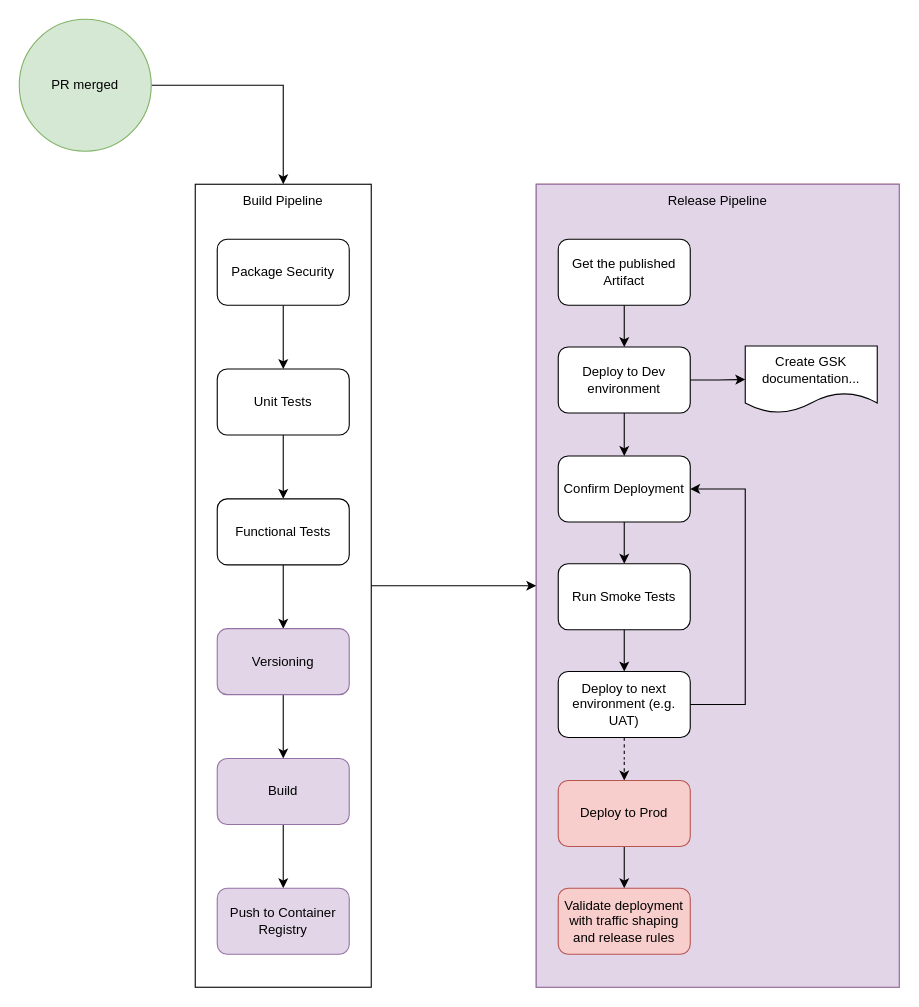
Varedis/Varedis.github.io keeps this draw.io diagram as GSK Release Flow.drawio. Above is the earlier version. Source tidied: cells renumbered, new cells numbered last; positions are measured from the earlier drawing's top-left corner, leaving out a move shared by most shapes. Both pictures are drawn from the tidied source at 110%, with x=0, y=0 at pixel (19, 19).
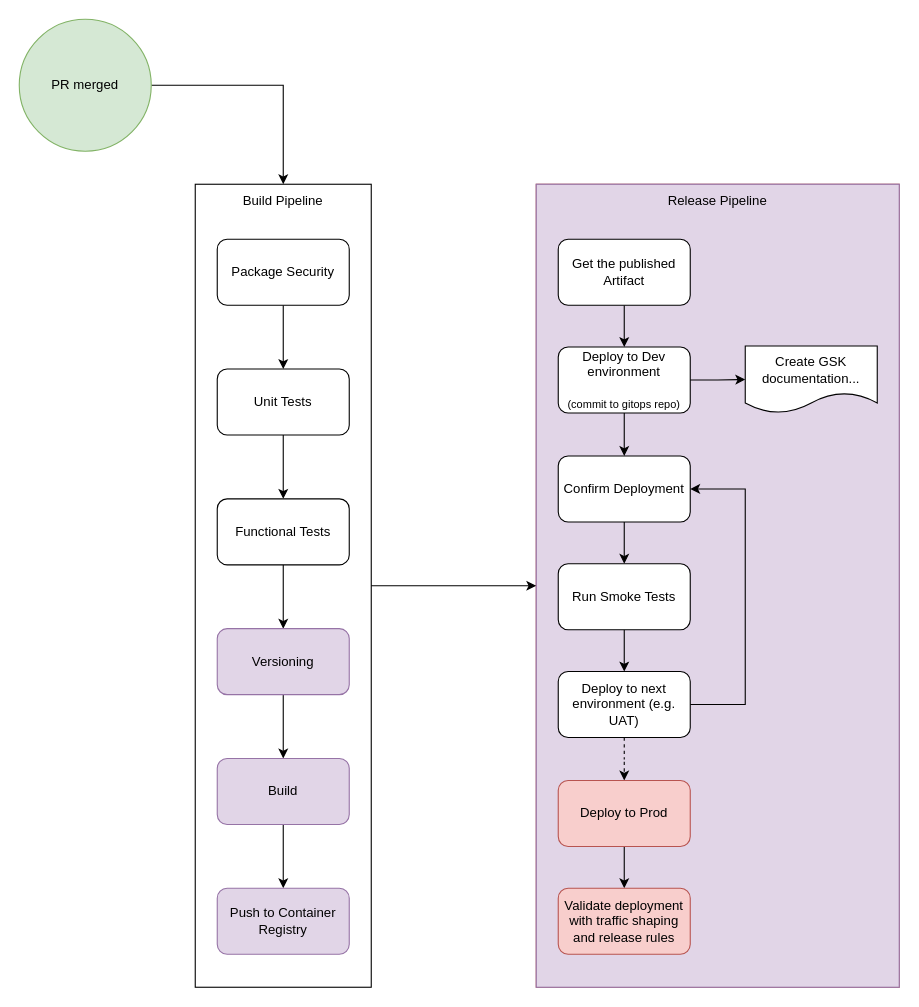
The same diagram, later.

Unchanged cells that the change refers to:
```xml
<mxCell id="18" style="group;fillColor=#f8cecc;strokeColor=#b85450;" parent="1" vertex="1">
  <mxGeometry x="470" y="150" width="330" height="730" as="geometry" />
</mxCell>
```

What changed in the source:
```diff
@@
-    <mxCell id="24" value="Deploy to Dev environment" style="rounded=1;whiteSpace=wrap;html=1;" parent="18" vertex="1">
+    <mxCell id="24" value="&lt;div&gt;Deploy to Dev environment&lt;/div&gt;&lt;div&gt;&lt;br&gt;&lt;/div&gt;&lt;font style=&quot;font-size: 10px;&quot;&gt;(commit to gitops repo)&lt;/font&gt;" style="rounded=1;whiteSpace=wrap;html=1;" parent="18" vertex="1">
       <mxGeometry x="20" y="148" width="120" height="60" as="geometry" />
     </mxCell>
```
